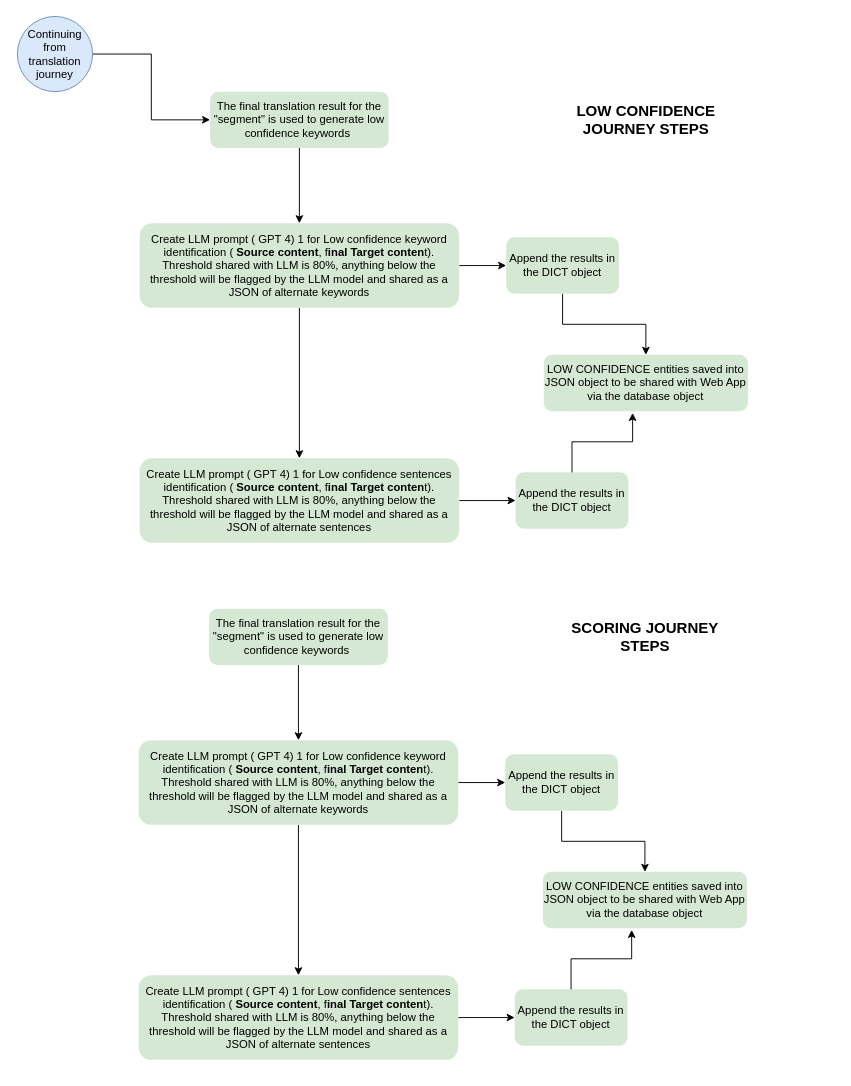
nsareen-oa/diagrams keeps this draw.io diagram as page "Post Translation" (3 of 3) of GenAI_WSF_Translation_Process_Flow.drawio. Above is the earlier version. Source tidied: cells renumbered, new cells numbered last; positions are measured from the earlier drawing's top-left corner, leaving out a move shared by most shapes. Both pictures are drawn from the tidied source at 94%, with x=0, y=0 at pixel (16, 16).
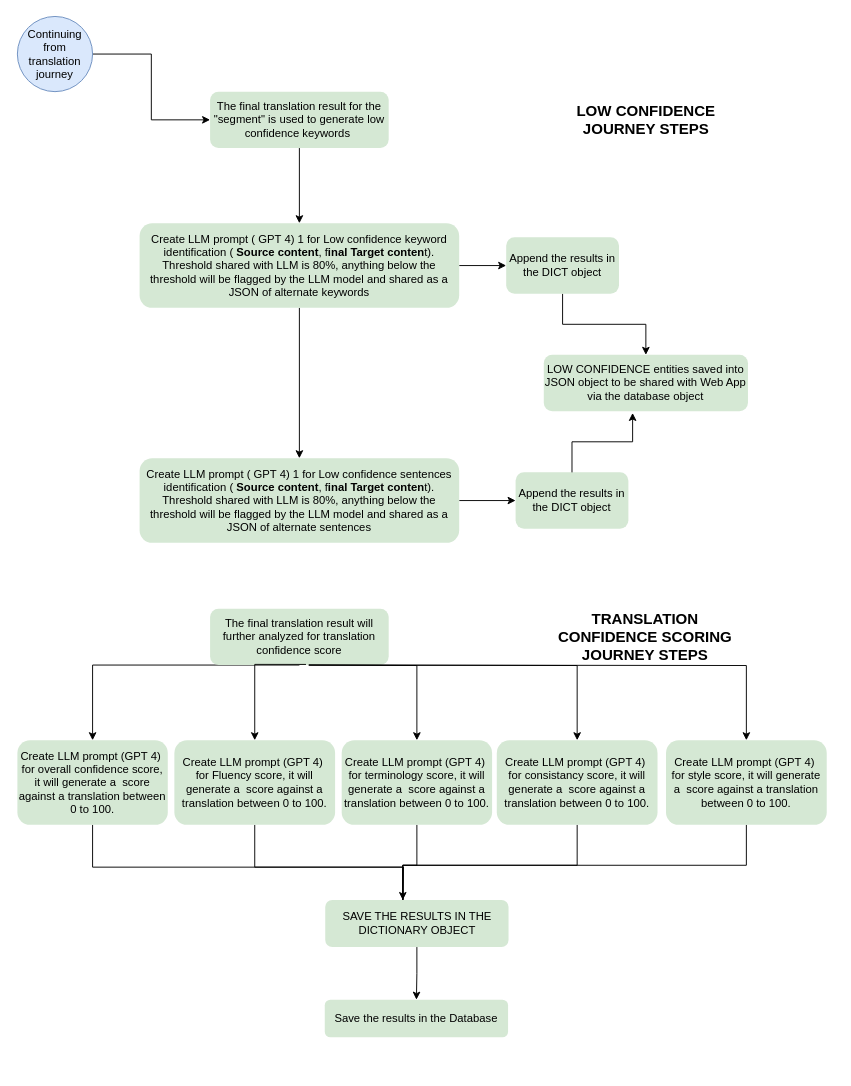
Above is the later version.

Diff of the diagram source:
```diff
@@
     <mxCell id="18" style="rounded=0;whiteSpace=wrap;html=1;strokeColor=none;" parent="1" vertex="1">
-      <mxGeometry y="630" width="810" height="490" as="geometry" />
+      <mxGeometry y="616" width="871" height="490" as="geometry" />
     </mxCell>
-    <mxCell id="19" style="edgeStyle=orthogonalEdgeStyle;rounded=0;jettySize=auto;html=1;" parent="1" edge="1" source="20" target="23">
-      <mxGeometry relative="1" as="geometry" />
+    <mxCell id="19" style="edgeStyle=orthogonalEdgeStyle;rounded=0;jettySize=auto;html=1;" parent="1" edge="1" target="23">
+      <mxGeometry relative="1" as="geometry">
+        <mxPoint x="301" y="690" as="sourcePoint" />
+        <Array as="points">
+          <mxPoint x="81" y="690" />
+        </Array>
+      </mxGeometry>
     </mxCell>
-    <mxCell id="20" value="The final translation result for the &quot;segment&quot; is used to generate low confidence keywords&amp;nbsp;" style="rounded=1;whiteSpace=wrap;html=1;fillColor=#d5e8d4;strokeColor=none;" parent="1" vertex="1">
-      <mxGeometry x="205" y="630" width="190" height="60" as="geometry" />
+    <mxCell id="20" value="The final translation result will further analyzed for translation confidence score" style="rounded=1;whiteSpace=wrap;html=1;fillColor=#d5e8d4;strokeColor=none;" parent="1" vertex="1">
+      <mxGeometry x="206" y="630" width="190" height="60" as="geometry" />
     </mxCell>
-    <mxCell id="21" style="edgeStyle=orthogonalEdgeStyle;rounded=0;jettySize=auto;html=1;" parent="1" edge="1" source="23" target="25">
-      <mxGeometry relative="1" as="geometry" />
-    </mxCell>
-    <mxCell id="22" style="edgeStyle=orthogonalEdgeStyle;rounded=0;jettySize=auto;html=1;" parent="1" edge="1" source="23" target="27">
-      <mxGeometry relative="1" as="geometry" />
-    </mxCell>
+    <mxCell id="32" style="edgeStyle=orthogonalEdgeStyle;rounded=0;jettySize=auto;html=1;exitX=0.5;exitY=1;exitDx=0;exitDy=0;" parent="1" edge="1" source="23">
+      <mxGeometry relative="1" as="geometry">
+        <mxPoint x="411" y="950" as="targetPoint" />
+      </mxGeometry>
+    </mxCell>
-    <mxCell id="23" value="Create LLM prompt ( GPT 4) 1 for Low confidence keyword identification ( &lt;b&gt;Source content&lt;/b&gt;, f&lt;b&gt;inal Target conten&lt;/b&gt;t). Threshold shared with LLM is 80%, anything below the threshold will be flagged by the LLM model and shared as a JSON of alternate keywords" style="whiteSpace=wrap;html=1;rounded=1;fillColor=#d5e8d4;strokeColor=none;" parent="1" vertex="1">
-      <mxGeometry x="130" y="770" width="340" height="90" as="geometry" />
+    <mxCell id="23" value="Create LLM prompt (GPT 4)&amp;nbsp;&lt;div&gt;for overall confidence score, it will generate a&amp;nbsp; score against a translation between 0 to 100.&lt;/div&gt;" style="whiteSpace=wrap;html=1;rounded=1;fillColor=#d5e8d4;strokeColor=none;" parent="1" vertex="1">
+      <mxGeometry x="1" y="770" width="160" height="90" as="geometry" />
     </mxCell>
-    <mxCell id="24" style="edgeStyle=orthogonalEdgeStyle;rounded=0;jettySize=auto;html=1;entryX=0;entryY=0.5;entryDx=0;entryDy=0;" parent="1" edge="1" source="25" target="28">
-      <mxGeometry relative="1" as="geometry" />
+    <mxCell id="24" style="edgeStyle=orthogonalEdgeStyle;rounded=0;orthogonalLoop=1;jettySize=auto;html=1;entryX=0;entryY=0.5;entryDx=0;entryDy=0;" parent="1" edge="1">
+      <mxGeometry relative="1" as="geometry">
+        <mxPoint x="530" y="1065" as="targetPoint" />
+      </mxGeometry>
     </mxCell>
-    <mxCell id="25" value="Create LLM prompt ( GPT 4) 1 for Low confidence sentences identification ( &lt;b&gt;Source content&lt;/b&gt;, f&lt;b&gt;inal Target conten&lt;/b&gt;t). Threshold shared with LLM is 80%, anything below the threshold will be flagged by the LLM model and shared as a JSON of alternate sentences" style="whiteSpace=wrap;html=1;rounded=1;fillColor=#d5e8d4;strokeColor=none;" parent="1" vertex="1">
-      <mxGeometry x="130" y="1020" width="340" height="90" as="geometry" />
-    </mxCell>
-    <mxCell id="26" style="edgeStyle=orthogonalEdgeStyle;rounded=0;jettySize=auto;html=1;entryX=0.5;entryY=0;entryDx=0;entryDy=0;" parent="1" edge="1" source="27" target="29">
-      <mxGeometry relative="1" as="geometry" />
+    <mxCell id="26" style="edgeStyle=orthogonalEdgeStyle;rounded=0;orthogonalLoop=1;jettySize=auto;html=1;entryX=0.5;entryY=0;entryDx=0;entryDy=0;" parent="1" edge="1">
+      <mxGeometry relative="1" as="geometry">
+        <mxPoint x="580" y="845" as="sourcePoint" />
+      </mxGeometry>
     </mxCell>
-    <mxCell id="27" value="Append the results in the DICT object" style="whiteSpace=wrap;html=1;rounded=1;fillColor=#d5e8d4;strokeColor=none;" parent="1" vertex="1">
-      <mxGeometry x="520" y="785" width="120" height="60" as="geometry" />
-    </mxCell>
-    <mxCell id="28" value="Append the results in the DICT object" style="whiteSpace=wrap;html=1;rounded=1;fillColor=#d5e8d4;strokeColor=none;" parent="1" vertex="1">
-      <mxGeometry x="530" y="1035" width="120" height="60" as="geometry" />
-    </mxCell>
-    <mxCell id="29" value="LOW CONFIDENCE entities saved into JSON object to be shared with Web App via the database object" style="whiteSpace=wrap;html=1;fillColor=#d5e8d4;strokeColor=none;rounded=1;" parent="1" vertex="1">
-      <mxGeometry x="560" y="910" width="217.2" height="60" as="geometry" />
-    </mxCell>
-    <mxCell id="30" style="edgeStyle=orthogonalEdgeStyle;rounded=0;jettySize=auto;html=1;entryX=0.435;entryY=1.03;entryDx=0;entryDy=0;entryPerimeter=0;" parent="1" edge="1" source="28" target="29">
-      <mxGeometry relative="1" as="geometry" />
+    <mxCell id="30" style="edgeStyle=orthogonalEdgeStyle;rounded=0;orthogonalLoop=1;jettySize=auto;html=1;entryX=0.435;entryY=1.03;entryDx=0;entryDy=0;entryPerimeter=0;" parent="1" edge="1">
+      <mxGeometry relative="1" as="geometry">
+        <mxPoint x="654.5" y="971.8" as="targetPoint" />
+      </mxGeometry>
     </mxCell>
-    <mxCell id="31" value="SCORING JOURNEY STEPS" style="text;html=1;align=center;verticalAlign=middle;whiteSpace=wrap;rounded=0;fontSize=16;fontStyle=1;" parent="1" vertex="1">
+    <mxCell id="31" value="TRANSLATION CONFIDENCE SCORING JOURNEY STEPS" style="text;html=1;align=center;verticalAlign=middle;whiteSpace=wrap;rounded=0;fontSize=16;fontStyle=1;" parent="1" vertex="1">
       <mxGeometry x="573.6" y="645" width="190" height="30" as="geometry" />
     </mxCell>
+    <mxCell id="33" style="edgeStyle=orthogonalEdgeStyle;rounded=0;jettySize=auto;html=1;exitX=0.5;exitY=1;exitDx=0;exitDy=0;" parent="1" edge="1" source="34">
+      <mxGeometry relative="1" as="geometry">
+        <mxPoint x="411" y="950" as="targetPoint" />
+      </mxGeometry>
+    </mxCell>
+    <mxCell id="34" value="Create LLM prompt (GPT 4)&amp;nbsp;&lt;div&gt;for Fluency score, it will generate a&amp;nbsp; score against a translation between 0 to 100.&lt;/div&gt;" style="whiteSpace=wrap;html=1;rounded=1;fillColor=#d5e8d4;strokeColor=none;" parent="1" vertex="1">
+      <mxGeometry x="168" y="770" width="171" height="90" as="geometry" />
+    </mxCell>
+    <mxCell id="35" style="edgeStyle=orthogonalEdgeStyle;rounded=0;jettySize=auto;html=1;" parent="1" edge="1" source="36" target="47">
+      <mxGeometry relative="1" as="geometry">
+        <Array as="points">
+          <mxPoint x="426" y="903" />
+          <mxPoint x="411" y="903" />
+        </Array>
+      </mxGeometry>
+    </mxCell>
+    <mxCell id="36" value="Create LLM prompt (GPT 4)&amp;nbsp;&lt;div&gt;for terminology score, it will generate a&amp;nbsp; score against a translation between 0 to 100.&lt;/div&gt;" style="whiteSpace=wrap;html=1;rounded=1;fillColor=#d5e8d4;strokeColor=none;" parent="1" vertex="1">
+      <mxGeometry x="346" y="770" width="160" height="90" as="geometry" />
+    </mxCell>
+    <mxCell id="37" style="edgeStyle=orthogonalEdgeStyle;rounded=0;jettySize=auto;html=1;exitX=0.5;exitY=1;exitDx=0;exitDy=0;entryX=0.5;entryY=0;entryDx=0;entryDy=0;" parent="1" edge="1" source="38" target="47">
+      <mxGeometry relative="1" as="geometry">
+        <Array as="points">
+          <mxPoint x="597" y="903" />
+          <mxPoint x="411" y="903" />
+          <mxPoint x="411" y="946" />
+        </Array>
+      </mxGeometry>
+    </mxCell>
+    <mxCell id="38" value="Create LLM prompt (GPT 4)&amp;nbsp;&lt;div&gt;for consistancy score, it will generate a&amp;nbsp; score against a translation between 0 to 100.&lt;/div&gt;" style="whiteSpace=wrap;html=1;rounded=1;fillColor=#d5e8d4;strokeColor=none;" parent="1" vertex="1">
+      <mxGeometry x="511" y="770" width="171" height="90" as="geometry" />
+    </mxCell>
+    <mxCell id="39" style="edgeStyle=orthogonalEdgeStyle;rounded=0;jettySize=auto;html=1;exitX=0.5;exitY=1;exitDx=0;exitDy=0;entryX=0.5;entryY=0;entryDx=0;entryDy=0;" parent="1" edge="1" source="40" target="47">
+      <mxGeometry relative="1" as="geometry">
+        <Array as="points">
+          <mxPoint x="777" y="903" />
+          <mxPoint x="411" y="903" />
+          <mxPoint x="411" y="946" />
+        </Array>
+      </mxGeometry>
+    </mxCell>
+    <mxCell id="40" value="Create LLM prompt (GPT 4)&amp;nbsp;&lt;div&gt;for style score, it will generate a&amp;nbsp; score against a translation between 0 to 100.&lt;/div&gt;" style="whiteSpace=wrap;html=1;rounded=1;fillColor=#d5e8d4;strokeColor=none;" parent="1" vertex="1">
+      <mxGeometry x="691" y="770" width="171" height="90" as="geometry" />
+    </mxCell>
+    <mxCell id="41" style="edgeStyle=orthogonalEdgeStyle;rounded=0;jettySize=auto;html=1;exitX=0.537;exitY=0.989;exitDx=0;exitDy=0;exitPerimeter=0;entryX=0.5;entryY=0;entryDx=0;entryDy=0;" parent="1" edge="1" source="20" target="34">
+      <mxGeometry relative="1" as="geometry">
+        <Array as="points">
+          <mxPoint x="254" y="689" />
+        </Array>
+      </mxGeometry>
+    </mxCell>
+    <mxCell id="42" style="edgeStyle=orthogonalEdgeStyle;rounded=0;jettySize=auto;html=1;" parent="1" edge="1" target="36">
+      <mxGeometry relative="1" as="geometry">
+        <mxPoint x="311" y="690" as="sourcePoint" />
+      </mxGeometry>
+    </mxCell>
+    <mxCell id="43" style="edgeStyle=orthogonalEdgeStyle;rounded=0;jettySize=auto;html=1;" parent="1" edge="1" target="38">
+      <mxGeometry relative="1" as="geometry">
+        <mxPoint x="311" y="690" as="sourcePoint" />
+      </mxGeometry>
+    </mxCell>
+    <mxCell id="44" style="edgeStyle=orthogonalEdgeStyle;rounded=0;jettySize=auto;html=1;" parent="1" edge="1" target="40">
+      <mxGeometry relative="1" as="geometry">
+        <mxPoint x="311" y="690" as="sourcePoint" />
+      </mxGeometry>
+    </mxCell>
+    <mxCell id="45" value="Save the results in the Database" style="whiteSpace=wrap;html=1;rounded=1;fillColor=#d5e8d4;strokeColor=none;" parent="1" vertex="1">
+      <mxGeometry x="328" y="1046" width="195" height="40" as="geometry" />
+    </mxCell>
+    <mxCell id="46" style="edgeStyle=orthogonalEdgeStyle;rounded=0;jettySize=auto;html=1;" parent="1" edge="1" source="47" target="45">
+      <mxGeometry relative="1" as="geometry" />
+    </mxCell>
+    <mxCell id="47" value="SAVE THE RESULTS IN THE DICTIONARY OBJECT" style="whiteSpace=wrap;html=1;rounded=1;fillColor=#d5e8d4;strokeColor=none;" parent="1" vertex="1">
+      <mxGeometry x="328.5" y="940" width="195" height="50" as="geometry" />
+    </mxCell>
```
